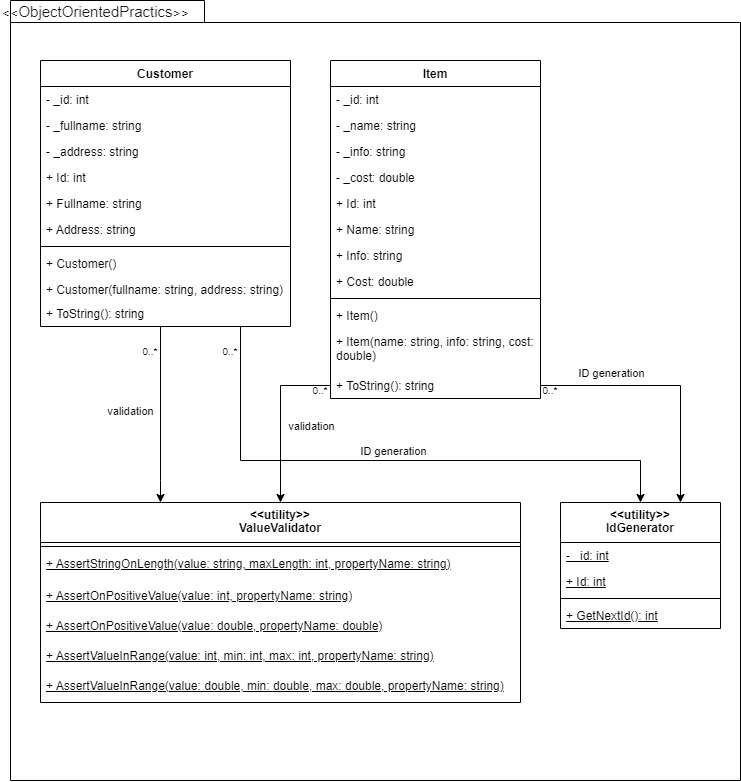
Above: doc/ObjectOrientedPractics/Practics1.drawio.png in Evgeniy04/Programming (draw.io), before the change. Source tidied: cells renumbered, new cells last; positions are measured from the earlier drawing's top-left corner, leaving out a move shared by most shapes.
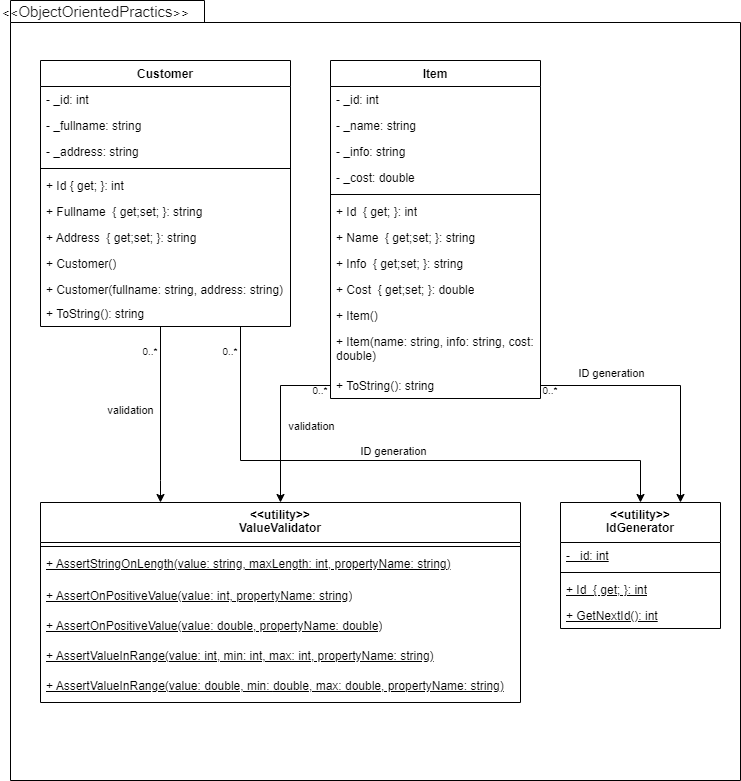
The same diagram one commit later.

Commit message:
Fix diagram OOP Practics1

The edit, as a diff of the source:
```diff
@@ -28,18 +28,18 @@
     <mxCell id="8" value="- _address: string" style="text;strokeColor=none;fillColor=none;align=left;verticalAlign=top;spacingLeft=4;spacingRight=4;overflow=hidden;whiteSpace=wrap;html=1;" parent="5" vertex="1">
       <mxGeometry y="78" width="250" height="26" as="geometry" />
     </mxCell>
+    <mxCell id="12" style="line;strokeWidth=1;fillColor=none;align=left;verticalAlign=middle;spacingTop=-1;spacingLeft=3;spacingRight=3;labelPosition=right;strokeColor=inherit;" parent="5" vertex="1">
+      <mxGeometry y="104" width="250" height="8" as="geometry" />
+    </mxCell>
-    <mxCell id="9" value="+ Id: int" style="text;strokeColor=none;fillColor=none;align=left;verticalAlign=top;spacingLeft=4;spacingRight=4;overflow=hidden;whiteSpace=wrap;html=1;" parent="5" vertex="1">
-      <mxGeometry y="104" width="250" height="26" as="geometry" />
+    <mxCell id="9" value="+ Id { get; }: int" style="text;strokeColor=none;fillColor=none;align=left;verticalAlign=top;spacingLeft=4;spacingRight=4;overflow=hidden;whiteSpace=wrap;html=1;" parent="5" vertex="1">
+      <mxGeometry y="112" width="250" height="26" as="geometry" />
     </mxCell>
-    <mxCell id="10" value="+ Fullname: string" style="text;strokeColor=none;fillColor=none;align=left;verticalAlign=top;spacingLeft=4;spacingRight=4;overflow=hidden;whiteSpace=wrap;html=1;" parent="5" vertex="1">
-      <mxGeometry y="130" width="250" height="26" as="geometry" />
+    <mxCell id="10" value="+ Fullname&amp;nbsp;&amp;nbsp;{ get;set; }: string" style="text;strokeColor=none;fillColor=none;align=left;verticalAlign=top;spacingLeft=4;spacingRight=4;overflow=hidden;whiteSpace=wrap;html=1;" parent="5" vertex="1">
+      <mxGeometry y="138" width="250" height="26" as="geometry" />
     </mxCell>
-    <mxCell id="11" value="+ Address: string" style="text;strokeColor=none;fillColor=none;align=left;verticalAlign=top;spacingLeft=4;spacingRight=4;overflow=hidden;whiteSpace=wrap;html=1;" parent="5" vertex="1">
-      <mxGeometry y="156" width="250" height="26" as="geometry" />
+    <mxCell id="11" value="+ Address&amp;nbsp;&amp;nbsp;{ get;set; }: string" style="text;strokeColor=none;fillColor=none;align=left;verticalAlign=top;spacingLeft=4;spacingRight=4;overflow=hidden;whiteSpace=wrap;html=1;" parent="5" vertex="1">
+      <mxGeometry y="164" width="250" height="26" as="geometry" />
     </mxCell>
-    <mxCell id="12" style="line;strokeWidth=1;fillColor=none;align=left;verticalAlign=middle;spacingTop=-1;spacingLeft=3;spacingRight=3;labelPosition=right;strokeColor=inherit;" parent="5" vertex="1">
-      <mxGeometry y="182" width="250" height="8" as="geometry" />
-    </mxCell>
     <mxCell id="13" value="+ Customer()" style="text;strokeColor=none;fillColor=none;align=left;verticalAlign=top;spacingLeft=4;spacingRight=4;overflow=hidden;whiteSpace=wrap;html=1;" parent="5" vertex="1">
       <mxGeometry y="190" width="250" height="26" as="geometry" />
     </mxCell>
@@ -64,21 +64,21 @@
     <mxCell id="20" value="- _cost: double" style="text;strokeColor=none;fillColor=none;align=left;verticalAlign=top;spacingLeft=4;spacingRight=4;overflow=hidden;whiteSpace=wrap;html=1;" parent="16" vertex="1">
       <mxGeometry y="104" width="210" height="26" as="geometry" />
     </mxCell>
+    <mxCell id="25" style="line;strokeWidth=1;fillColor=none;align=left;verticalAlign=middle;spacingTop=-1;spacingLeft=3;spacingRight=3;labelPosition=right;strokeColor=inherit;" parent="16" vertex="1">
+      <mxGeometry y="130" width="210" height="8" as="geometry" />
+    </mxCell>
-    <mxCell id="21" value="+ Id: int" style="text;strokeColor=none;fillColor=none;align=left;verticalAlign=top;spacingLeft=4;spacingRight=4;overflow=hidden;whiteSpace=wrap;html=1;" parent="16" vertex="1">
-      <mxGeometry y="130" width="210" height="26" as="geometry" />
+    <mxCell id="21" value="+ Id&amp;nbsp;&amp;nbsp;{ get; }: int" style="text;strokeColor=none;fillColor=none;align=left;verticalAlign=top;spacingLeft=4;spacingRight=4;overflow=hidden;whiteSpace=wrap;html=1;" parent="16" vertex="1">
+      <mxGeometry y="138" width="210" height="26" as="geometry" />
     </mxCell>
-    <mxCell id="22" value="+ Name: string" style="text;strokeColor=none;fillColor=none;align=left;verticalAlign=top;spacingLeft=4;spacingRight=4;overflow=hidden;whiteSpace=wrap;html=1;" parent="16" vertex="1">
-      <mxGeometry y="156" width="210" height="26" as="geometry" />
+    <mxCell id="22" value="+ Name&amp;nbsp;&amp;nbsp;{ get;set; }: string" style="text;strokeColor=none;fillColor=none;align=left;verticalAlign=top;spacingLeft=4;spacingRight=4;overflow=hidden;whiteSpace=wrap;html=1;" parent="16" vertex="1">
+      <mxGeometry y="164" width="210" height="26" as="geometry" />
     </mxCell>
-    <mxCell id="23" value="+ Info: string" style="text;strokeColor=none;fillColor=none;align=left;verticalAlign=top;spacingLeft=4;spacingRight=4;overflow=hidden;whiteSpace=wrap;html=1;" parent="16" vertex="1">
-      <mxGeometry y="182" width="210" height="26" as="geometry" />
+    <mxCell id="23" value="+ Info&amp;nbsp;&amp;nbsp;{ get;set; }: string" style="text;strokeColor=none;fillColor=none;align=left;verticalAlign=top;spacingLeft=4;spacingRight=4;overflow=hidden;whiteSpace=wrap;html=1;" parent="16" vertex="1">
+      <mxGeometry y="190" width="210" height="26" as="geometry" />
     </mxCell>
-    <mxCell id="24" value="+ Cost: double" style="text;strokeColor=none;fillColor=none;align=left;verticalAlign=top;spacingLeft=4;spacingRight=4;overflow=hidden;whiteSpace=wrap;html=1;" parent="16" vertex="1">
-      <mxGeometry y="208" width="210" height="26" as="geometry" />
+    <mxCell id="24" value="+ Cost&amp;nbsp;&amp;nbsp;{ get;set; }: double" style="text;strokeColor=none;fillColor=none;align=left;verticalAlign=top;spacingLeft=4;spacingRight=4;overflow=hidden;whiteSpace=wrap;html=1;" parent="16" vertex="1">
+      <mxGeometry y="216" width="210" height="26" as="geometry" />
     </mxCell>
-    <mxCell id="25" style="line;strokeWidth=1;fillColor=none;align=left;verticalAlign=middle;spacingTop=-1;spacingLeft=3;spacingRight=3;labelPosition=right;strokeColor=inherit;" parent="16" vertex="1">
-      <mxGeometry y="234" width="210" height="8" as="geometry" />
-    </mxCell>
     <mxCell id="26" value="+ Item()" style="text;strokeColor=none;fillColor=none;align=left;verticalAlign=top;spacingLeft=4;spacingRight=4;overflow=hidden;whiteSpace=wrap;html=1;" parent="16" vertex="1">
       <mxGeometry y="242" width="210" height="26" as="geometry" />
     </mxCell>
@@ -94,12 +94,12 @@
     <mxCell id="30" value="&lt;u&gt;- _id: int&lt;/u&gt;" style="text;strokeColor=none;fillColor=none;align=left;verticalAlign=top;spacingLeft=4;spacingRight=4;overflow=hidden;whiteSpace=wrap;html=1;" parent="29" vertex="1">
       <mxGeometry y="40" width="160" height="26" as="geometry" />
     </mxCell>
+    <mxCell id="32" style="line;strokeWidth=1;fillColor=none;align=left;verticalAlign=middle;spacingTop=-1;spacingLeft=3;spacingRight=3;labelPosition=right;strokeColor=inherit;" parent="29" vertex="1">
+      <mxGeometry y="66" width="160" height="8" as="geometry" />
+    </mxCell>
-    <mxCell id="31" value="&lt;u&gt;+ Id: int&lt;/u&gt;" style="text;strokeColor=none;fillColor=none;align=left;verticalAlign=top;spacingLeft=4;spacingRight=4;overflow=hidden;whiteSpace=wrap;html=1;" parent="29" vertex="1">
-      <mxGeometry y="66" width="160" height="26" as="geometry" />
+    <mxCell id="31" value="&lt;u&gt;+ Id&amp;nbsp;&amp;nbsp;{ get; }: int&lt;/u&gt;" style="text;strokeColor=none;fillColor=none;align=left;verticalAlign=top;spacingLeft=4;spacingRight=4;overflow=hidden;whiteSpace=wrap;html=1;" parent="29" vertex="1">
+      <mxGeometry y="74" width="160" height="26" as="geometry" />
     </mxCell>
-    <mxCell id="32" style="line;strokeWidth=1;fillColor=none;align=left;verticalAlign=middle;spacingTop=-1;spacingLeft=3;spacingRight=3;labelPosition=right;strokeColor=inherit;" parent="29" vertex="1">
-      <mxGeometry y="92" width="160" height="8" as="geometry" />
-    </mxCell>
     <mxCell id="33" value="&lt;u&gt;+ GetNextId(): int&lt;/u&gt;" style="text;strokeColor=none;fillColor=none;align=left;verticalAlign=top;spacingLeft=4;spacingRight=4;overflow=hidden;whiteSpace=wrap;html=1;" parent="29" vertex="1">
       <mxGeometry y="100" width="160" height="26" as="geometry" />
     </mxCell>
```
